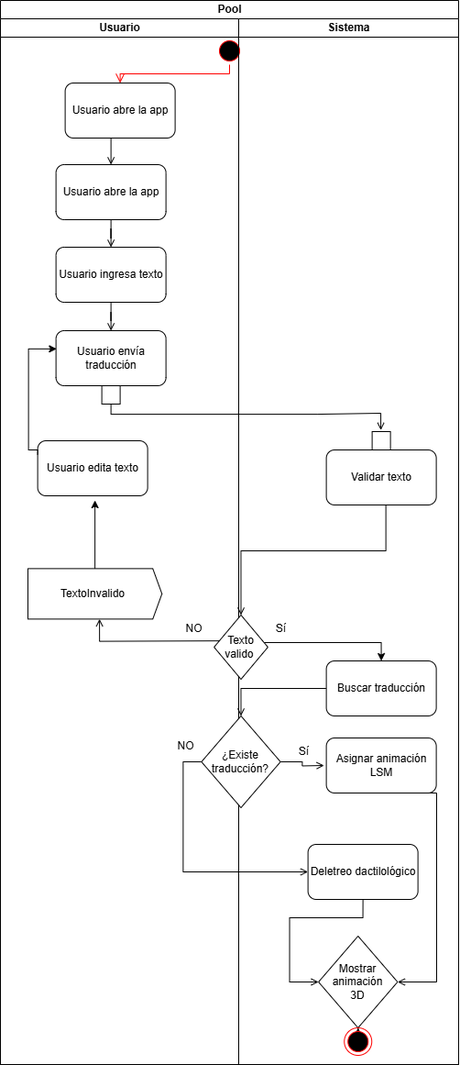
IvanSMMA/TT1_Document keeps this draw.io diagram as Images/Cap 3/Actividades.png. Above is the earlier version. Source tidied: cells renumbered, new cells last; positions are measured from the earlier drawing's top-left corner, leaving out a move shared by most shapes.
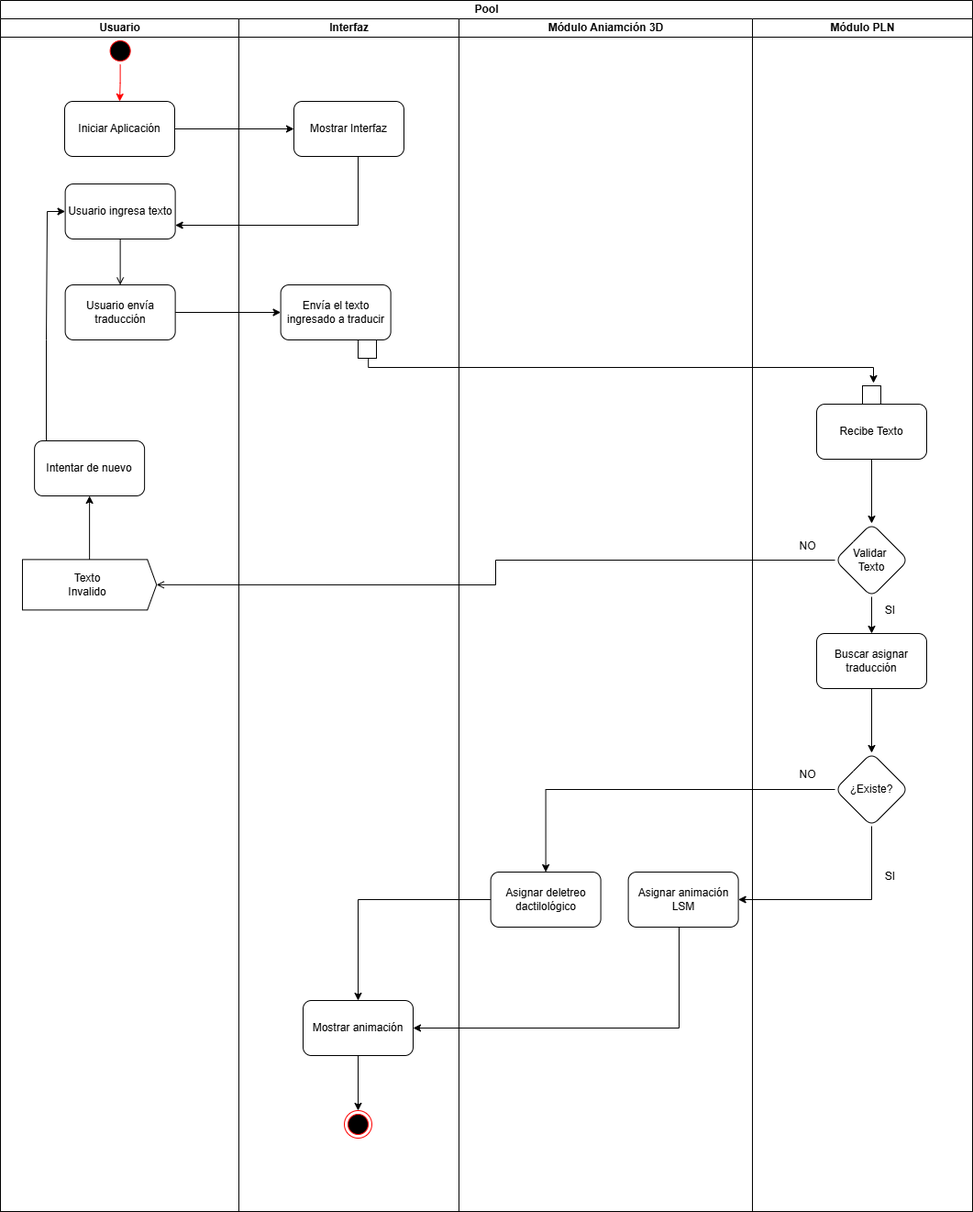
The same file after the commit.

Commit message:
nuevo actividades

The edit, as a diff of the source:
```diff
@@ -2,165 +2,171 @@
   <root>
     <mxCell id="0" />
     <mxCell id="1" parent="0" />
+    <mxCell id="42" style="edgeStyle=orthogonalEdgeStyle;rounded=0;jettySize=auto;html=1;entryX=0.5;entryY=1;entryDx=0;entryDy=0;" parent="1" edge="1" source="22" target="24">
+      <mxGeometry relative="1" as="geometry" />
+    </mxCell>
+    <mxCell id="22" style="shape=offPageConnector;whiteSpace=wrap;html=1;rotation=-90;size=0.06837606837606838;" parent="1" vertex="1">
+      <mxGeometry x="75.6" y="573.8" width="55" height="146.2" as="geometry" />
+    </mxCell>
+    <mxCell id="23" value="Texto Invalido" style="text;strokeColor=none;align=center;fillColor=none;html=1;verticalAlign=middle;whiteSpace=wrap;rounded=0;" parent="1" vertex="1">
+      <mxGeometry x="70.6" y="631.9" width="60" height="30" as="geometry" />
+    </mxCell>
+    <mxCell id="37" value="Pool" style="swimlane;startSize=20;html=1;" parent="1" vertex="1">
+      <mxGeometry x="6" y="10" width="1060" height="1320" as="geometry" />
+    </mxCell>
+    <mxCell id="38" value="Usuario" style="swimlane;startSize=20;html=1;" parent="37" vertex="1">
+      <mxGeometry y="20" width="260" height="1300" as="geometry" />
+    </mxCell>
+    <mxCell id="3" style="edgeStyle=orthogonalEdgeStyle;rounded=0;jettySize=auto;html=1;strokeColor=#FF0000;" parent="38" edge="1" source="2" target="5">
+      <mxGeometry relative="1" as="geometry" />
+    </mxCell>
-    <mxCell id="2" style="ellipse;html=1;shape=startState;fillColor=#000000;strokeColor=#ff0000;" parent="1" vertex="1">
-      <mxGeometry x="235" y="40" width="30" height="30" as="geometry" />
+    <mxCell id="2" style="ellipse;html=1;shape=startState;fillColor=#000000;strokeColor=#ff0000;" parent="38" vertex="1">
+      <mxGeometry x="115.6" y="20" width="30" height="30" as="geometry" />
     </mxCell>
-    <mxCell id="3" style="edgeStyle=orthogonalEdgeStyle;html=1;verticalAlign=bottom;endArrow=open;endSize=8;strokeColor=#ff0000;rounded=0;entryX=0.5;entryY=0;entryDx=0;entryDy=0;" parent="1" edge="1" source="2" target="5">
-      <mxGeometry relative="1" as="geometry">
-        <Array as="points">
-          <mxPoint x="249.6" y="80" />
-          <mxPoint x="130.6" y="80" />
-        </Array>
-      </mxGeometry>
-    </mxCell>
-    <mxCell id="4" style="edgeStyle=orthogonalEdgeStyle;rounded=0;jettySize=auto;html=1;exitX=0.5;exitY=1;exitDx=0;exitDy=0;entryX=0.5;entryY=0;entryDx=0;entryDy=0;endArrow=open;endFill=0;" parent="1" edge="1" source="5" target="7">
-      <mxGeometry relative="1" as="geometry" />
-    </mxCell>
-    <mxCell id="5" value="Usuario abre la app" style="rounded=1;whiteSpace=wrap;html=1;" parent="1" vertex="1">
-      <mxGeometry x="70.6" y="90" width="120" height="60" as="geometry" />
+    <mxCell id="5" value="Iniciar Aplicación" style="rounded=1;whiteSpace=wrap;html=1;" parent="38" vertex="1">
+      <mxGeometry x="70" y="90" width="120" height="60" as="geometry" />
     </mxCell>
-    <mxCell id="6" style="edgeStyle=orthogonalEdgeStyle;rounded=0;jettySize=auto;html=1;entryX=0.5;entryY=0;entryDx=0;entryDy=0;endArrow=open;endFill=0;" parent="1" edge="1" source="7" target="9">
-      <mxGeometry relative="1" as="geometry" />
-    </mxCell>
-    <mxCell id="7" value="Usuario abre la app" style="rounded=1;whiteSpace=wrap;html=1;" parent="1" vertex="1">
-      <mxGeometry x="60.6" y="179" width="120" height="60" as="geometry" />
-    </mxCell>
-    <mxCell id="8" style="edgeStyle=orthogonalEdgeStyle;rounded=0;jettySize=auto;html=1;entryX=0.5;entryY=0;entryDx=0;entryDy=0;endArrow=open;endFill=0;" parent="1" edge="1" source="9" target="10">
-      <mxGeometry relative="1" as="geometry" />
-    </mxCell>
-    <mxCell id="9" value="Usuario ingresa texto" style="rounded=1;whiteSpace=wrap;html=1;" parent="1" vertex="1">
-      <mxGeometry x="60.6" y="269" width="120" height="60" as="geometry" />
+    <mxCell id="9" value="Usuario ingresa texto" style="rounded=1;whiteSpace=wrap;html=1;" parent="38" vertex="1">
+      <mxGeometry x="70.6" y="180" width="120" height="60" as="geometry" />
     </mxCell>
-    <mxCell id="10" value="Usuario envía traducción" style="rounded=1;whiteSpace=wrap;html=1;" parent="1" vertex="1">
-      <mxGeometry x="60.6" y="360" width="120" height="60" as="geometry" />
+    <mxCell id="10" value="Usuario envía traducción" style="rounded=1;whiteSpace=wrap;html=1;" parent="38" vertex="1">
+      <mxGeometry x="70.6" y="290" width="120" height="60" as="geometry" />
     </mxCell>
+    <mxCell id="8" style="edgeStyle=orthogonalEdgeStyle;rounded=0;jettySize=auto;html=1;entryX=0.5;entryY=0;entryDx=0;entryDy=0;endArrow=open;endFill=0;" parent="38" edge="1" source="9" target="10">
+      <mxGeometry relative="1" as="geometry" />
+    </mxCell>
+    <mxCell id="43" style="edgeStyle=orthogonalEdgeStyle;rounded=0;jettySize=auto;html=1;entryX=0;entryY=0.5;entryDx=0;entryDy=0;" parent="38" edge="1" source="24" target="9">
+      <mxGeometry relative="1" as="geometry">
+        <Array as="points">
+          <mxPoint x="50" y="350" />
+          <mxPoint x="51" y="210" />
+        </Array>
+      </mxGeometry>
+    </mxCell>
+    <mxCell id="24" value="Intentar de nuevo" style="rounded=1;whiteSpace=wrap;html=1;" parent="38" vertex="1">
+      <mxGeometry x="37.1" y="460" width="120" height="60" as="geometry" />
+    </mxCell>
+    <mxCell id="39" value="Interfaz" style="swimlane;startSize=20;html=1;swimlaneLine=1;" parent="37" vertex="1">
+      <mxGeometry x="260" y="20" width="240" height="1300" as="geometry" />
+    </mxCell>
+    <mxCell id="44" value="Mostrar Interfaz" style="rounded=1;whiteSpace=wrap;html=1;" parent="39" vertex="1">
+      <mxGeometry x="60" y="90" width="120" height="60" as="geometry" />
+    </mxCell>
+    <mxCell id="45" value="Envía el texto ingresado a traducir" style="rounded=1;whiteSpace=wrap;html=1;" parent="39" vertex="1">
+      <mxGeometry x="45.6" y="290" width="120" height="60" as="geometry" />
+    </mxCell>
-    <mxCell id="11" style="verticalLabelPosition=bottom;verticalAlign=top;html=1;shape=mxgraph.basic.rect;fillColor2=none;strokeWidth=1;size=20;indent=5;" parent="1" vertex="1">
-      <mxGeometry x="110.6" y="420" width="20" height="20" as="geometry" />
+    <mxCell id="11" style="verticalLabelPosition=bottom;verticalAlign=top;html=1;shape=mxgraph.basic.rect;fillColor2=none;strokeWidth=1;size=20;indent=100;" parent="39" vertex="1">
+      <mxGeometry x="130" y="350" width="20" height="20" as="geometry" />
     </mxCell>
+    <mxCell id="34" style="ellipse;html=1;shape=endState;fillColor=#000000;strokeColor=#ff0000;" parent="39" vertex="1">
+      <mxGeometry x="115" y="1190" width="30" height="30" as="geometry" />
+    </mxCell>
+    <mxCell id="46" style="edgeStyle=orthogonalEdgeStyle;rounded=0;jettySize=auto;html=1;entryX=0.5;entryY=0;entryDx=0;entryDy=0;" parent="39" edge="1" source="47" target="34">
+      <mxGeometry relative="1" as="geometry" />
+    </mxCell>
+    <mxCell id="47" value="Mostrar animación" style="rounded=1;whiteSpace=wrap;html=1;" parent="39" vertex="1">
+      <mxGeometry x="70" y="1070" width="120" height="60" as="geometry" />
+    </mxCell>
+    <mxCell id="48" value="Módulo Aniamción 3D" style="swimlane;startSize=20;html=1;swimlaneLine=1;" parent="37" vertex="1">
+      <mxGeometry x="500" y="20" width="320" height="1300" as="geometry" />
+    </mxCell>
+    <mxCell id="28" value="Asignar animación LSM" style="rounded=1;whiteSpace=wrap;html=1;" parent="48" vertex="1">
+      <mxGeometry x="184.6" y="930" width="120" height="60" as="geometry" />
+    </mxCell>
+    <mxCell id="49" value="Asignar deletreo dactilológico" style="rounded=1;whiteSpace=wrap;html=1;" parent="48" vertex="1">
+      <mxGeometry x="34.6" y="930" width="120" height="60" as="geometry" />
+    </mxCell>
+    <mxCell id="50" value="Módulo PLN" style="swimlane;startSize=20;html=1;swimlaneLine=1;" parent="37" vertex="1">
+      <mxGeometry x="820" y="20" width="240" height="1300" as="geometry" />
+    </mxCell>
+    <mxCell id="51" style="edgeStyle=orthogonalEdgeStyle;rounded=0;jettySize=auto;html=1;" parent="50" edge="1" source="14" target="53">
+      <mxGeometry relative="1" as="geometry" />
+    </mxCell>
+    <mxCell id="14" value="Recibe Texto" style="rounded=1;whiteSpace=wrap;html=1;" parent="50" vertex="1">
+      <mxGeometry x="70" y="420" width="120" height="60" as="geometry" />
+    </mxCell>
-    <mxCell id="12" style="verticalLabelPosition=bottom;verticalAlign=top;html=1;shape=mxgraph.basic.rect;fillColor2=none;strokeWidth=1;size=1.21;indent=5;" parent="1" vertex="1">
-      <mxGeometry x="405.6" y="470" width="20" height="20" as="geometry" />
+    <mxCell id="12" style="verticalLabelPosition=bottom;verticalAlign=top;html=1;shape=mxgraph.basic.rect;fillColor2=none;strokeWidth=1;size=1.21;indent=5;" parent="50" vertex="1">
+      <mxGeometry x="120" y="400" width="20" height="20" as="geometry" />
     </mxCell>
-    <mxCell id="13" style="edgeStyle=orthogonalEdgeStyle;rounded=0;jettySize=auto;html=1;entryX=0.475;entryY=-0.079;entryDx=0;entryDy=0;entryPerimeter=0;endArrow=open;endFill=0;" parent="1" edge="1" source="11" target="12">
-      <mxGeometry relative="1" as="geometry">
-        <Array as="points">
-          <mxPoint x="120.6" y="451" />
-          <mxPoint x="345.6" y="451" />
-          <mxPoint x="414.6" y="450" />
-        </Array>
-      </mxGeometry>
-    </mxCell>
-    <mxCell id="14" value="Validar texto" style="rounded=1;whiteSpace=wrap;html=1;" parent="1" vertex="1">
-      <mxGeometry x="355.6" y="490" width="120" height="60" as="geometry" />
-    </mxCell>
-    <mxCell id="15" style="edgeStyle=orthogonalEdgeStyle;rounded=0;jettySize=auto;html=1;exitX=0;exitY=1;exitDx=0;exitDy=0;entryX=0.002;entryY=0.534;entryDx=0;entryDy=0;endArrow=open;endFill=0;entryPerimeter=0;" parent="1" edge="1" target="22">
-      <mxGeometry relative="1" as="geometry">
-        <mxPoint x="242.8" y="698.1" as="sourcePoint" />
-      </mxGeometry>
-    </mxCell>
-    <mxCell id="16" style="edgeStyle=orthogonalEdgeStyle;rounded=0;jettySize=auto;html=1;entryX=0.5;entryY=0;entryDx=0;entryDy=0;" parent="1" edge="1" source="40" target="19">
-      <mxGeometry relative="1" as="geometry">
-        <Array as="points">
-          <mxPoint x="415.6" y="700" />
-        </Array>
-      </mxGeometry>
-    </mxCell>
-    <mxCell id="17" style="edgeStyle=orthogonalEdgeStyle;rounded=0;jettySize=auto;html=1;entryX=0.5;entryY=0;entryDx=0;entryDy=0;endArrow=open;endFill=0;" parent="1" edge="1" source="14" target="40">
-      <mxGeometry relative="1" as="geometry">
-        <Array as="points">
-          <mxPoint x="420.6" y="600" />
-          <mxPoint x="262.6" y="600" />
-        </Array>
-      </mxGeometry>
-    </mxCell>
-    <mxCell id="18" style="edgeStyle=orthogonalEdgeStyle;rounded=0;jettySize=auto;html=1;entryX=0.5;entryY=0;entryDx=0;entryDy=0;endArrow=open;endFill=0;" parent="1" edge="1" source="19" target="41">
-      <mxGeometry relative="1" as="geometry" />
-    </mxCell>
+    <mxCell id="52" style="edgeStyle=orthogonalEdgeStyle;rounded=0;jettySize=auto;html=1;entryX=0.5;entryY=0;entryDx=0;entryDy=0;" parent="50" edge="1" source="53" target="19">
+      <mxGeometry relative="1" as="geometry" />
+    </mxCell>
+    <mxCell id="53" value="Validar&amp;nbsp;&lt;div&gt;Texto&lt;/div&gt;" style="rhombus;whiteSpace=wrap;html=1;rounded=1;" parent="50" vertex="1">
+      <mxGeometry x="90" y="550" width="80" height="80" as="geometry" />
+    </mxCell>
+    <mxCell id="54" style="edgeStyle=orthogonalEdgeStyle;rounded=0;jettySize=auto;html=1;" parent="50" edge="1" source="19" target="55">
+      <mxGeometry relative="1" as="geometry" />
+    </mxCell>
-    <mxCell id="19" value="Buscar traducción" style="rounded=1;whiteSpace=wrap;html=1;" parent="1" vertex="1">
-      <mxGeometry x="355.6" y="720" width="120" height="60" as="geometry" />
+    <mxCell id="19" value="Buscar asignar traducción" style="rounded=1;whiteSpace=wrap;html=1;" parent="50" vertex="1">
+      <mxGeometry x="70" y="670" width="120" height="60" as="geometry" />
     </mxCell>
-    <mxCell id="20" value="NO" style="text;html=1;align=center;verticalAlign=middle;strokeColor=none;fillColor=none;" parent="1" vertex="1">
-      <mxGeometry x="190.6" y="670" width="40" height="30" as="geometry" />
+    <mxCell id="20" value="NO" style="text;html=1;align=center;verticalAlign=middle;strokeColor=none;fillColor=none;" parent="50" vertex="1">
+      <mxGeometry x="40" y="560" width="40" height="30" as="geometry" />
     </mxCell>
-    <mxCell id="21" value="Sí" style="text;html=1;align=center;verticalAlign=middle;strokeColor=none;fillColor=none;" parent="1" vertex="1">
-      <mxGeometry x="290.6" y="670" width="30" height="30" as="geometry" />
-    </mxCell>
-    <mxCell id="22" style="shape=offPageConnector;whiteSpace=wrap;html=1;rotation=-90;size=0.06837606837606838;" parent="1" vertex="1">
-      <mxGeometry x="75.6" y="573.8" width="55" height="146.2" as="geometry" />
-    </mxCell>
-    <mxCell id="23" value="TextoInvalido" style="text;strokeColor=none;align=center;fillColor=none;html=1;verticalAlign=middle;whiteSpace=wrap;rounded=0;" parent="1" vertex="1">
-      <mxGeometry x="70.6" y="631.9" width="60" height="30" as="geometry" />
-    </mxCell>
-    <mxCell id="24" value="Usuario edita texto" style="rounded=1;whiteSpace=wrap;html=1;" parent="1" vertex="1">
-      <mxGeometry x="40.6" y="480" width="120" height="60" as="geometry" />
-    </mxCell>
-    <mxCell id="25" style="edgeStyle=orthogonalEdgeStyle;rounded=0;jettySize=auto;html=1;entryX=0.006;entryY=0.331;entryDx=0;entryDy=0;entryPerimeter=0;exitX=0;exitY=0.25;exitDx=0;exitDy=0;" parent="1" edge="1" source="24" target="10">
-      <mxGeometry relative="1" as="geometry">
-        <Array as="points">
-          <mxPoint x="40.6" y="490" />
-          <mxPoint x="30.6" y="490" />
-          <mxPoint x="30.6" y="380" />
-        </Array>
-      </mxGeometry>
-    </mxCell>
-    <mxCell id="26" style="edgeStyle=orthogonalEdgeStyle;rounded=0;jettySize=auto;html=1;exitX=0;exitY=0.5;exitDx=0;exitDy=0;entryX=0;entryY=0.5;entryDx=0;entryDy=0;endArrow=open;endFill=0;" parent="1" edge="1" source="41" target="30">
-      <mxGeometry relative="1" as="geometry" />
-    </mxCell>
-    <mxCell id="27" style="edgeStyle=orthogonalEdgeStyle;rounded=0;jettySize=auto;html=1;exitX=0.5;exitY=1;exitDx=0;exitDy=0;entryX=1;entryY=0.5;entryDx=0;entryDy=0;endArrow=open;endFill=0;" parent="1" edge="1" source="28" target="33">
-      <mxGeometry relative="1" as="geometry">
-        <Array as="points">
-          <mxPoint x="476" y="864" />
-          <mxPoint x="476" y="1070" />
-        </Array>
-      </mxGeometry>
-    </mxCell>
-    <mxCell id="28" value="Asignar animación LSM" style="rounded=1;whiteSpace=wrap;html=1;" parent="1" vertex="1">
-      <mxGeometry x="355.6" y="804" width="120" height="60" as="geometry" />
-    </mxCell>
-    <mxCell id="29" style="edgeStyle=orthogonalEdgeStyle;rounded=0;jettySize=auto;html=1;exitX=0.5;exitY=1;exitDx=0;exitDy=0;entryX=0;entryY=0.5;entryDx=0;entryDy=0;endArrow=open;endFill=0;" parent="1" edge="1" source="30" target="33">
-      <mxGeometry relative="1" as="geometry" />
-    </mxCell>
-    <mxCell id="30" value="Deletreo dactilológico" style="rounded=1;whiteSpace=wrap;html=1;" parent="1" vertex="1">
-      <mxGeometry x="335.6" y="920" width="120" height="60" as="geometry" />
-    </mxCell>
-    <mxCell id="31" style="edgeStyle=orthogonalEdgeStyle;rounded=0;jettySize=auto;html=1;endArrow=open;endFill=0;" parent="1" edge="1" source="41">
-      <mxGeometry relative="1" as="geometry">
-        <mxPoint x="353.1" y="834" as="targetPoint" />
-      </mxGeometry>
-    </mxCell>
-    <mxCell id="32" style="edgeStyle=orthogonalEdgeStyle;rounded=0;jettySize=auto;html=1;entryX=0.5;entryY=0;entryDx=0;entryDy=0;endArrow=open;endFill=0;" parent="1" edge="1" source="33">
-      <mxGeometry relative="1" as="geometry">
-        <mxPoint x="390.2" y="1120" as="targetPoint" />
-      </mxGeometry>
-    </mxCell>
-    <mxCell id="33" value="Mostrar animación&lt;br&gt;&lt;span style=&quot;background-color: transparent; color: light-dark(rgb(0, 0, 0), rgb(255, 255, 255));&quot;&gt;3D&lt;/span&gt;" style="rhombus;whiteSpace=wrap;html=1;" parent="1" vertex="1">
-      <mxGeometry x="347.1" y="1020" width="86.2" height="100" as="geometry" />
-    </mxCell>
-    <mxCell id="34" style="ellipse;html=1;shape=endState;fillColor=#000000;strokeColor=#ff0000;" parent="1" vertex="1">
-      <mxGeometry x="375.2" y="1120" width="30" height="30" as="geometry" />
-    </mxCell>
-    <mxCell id="35" value="Sí" style="text;html=1;align=center;verticalAlign=middle;strokeColor=none;fillColor=none;" parent="1" vertex="1">
-      <mxGeometry x="315.6" y="804" width="30" height="30" as="geometry" />
-    </mxCell>
+    <mxCell id="55" value="¿Existe?" style="rhombus;whiteSpace=wrap;html=1;rounded=1;" parent="50" vertex="1">
+      <mxGeometry x="90" y="800" width="80" height="80" as="geometry" />
+    </mxCell>
+    <mxCell id="56" value="SI" style="text;html=1;align=center;verticalAlign=middle;strokeColor=none;fillColor=none;" parent="50" vertex="1">
+      <mxGeometry x="135" y="630" width="30" height="30" as="geometry" />
+    </mxCell>
+    <mxCell id="57" value="SI" style="text;html=1;align=center;verticalAlign=middle;strokeColor=none;fillColor=none;" parent="50" vertex="1">
+      <mxGeometry x="135" y="920" width="30" height="30" as="geometry" />
+    </mxCell>
-    <mxCell id="36" value="NO" style="text;html=1;align=center;verticalAlign=middle;strokeColor=none;fillColor=none;" parent="1" vertex="1">
-      <mxGeometry x="182.5" y="798" width="40" height="30" as="geometry" />
+    <mxCell id="36" value="NO" style="text;html=1;align=center;verticalAlign=middle;strokeColor=none;fillColor=none;" parent="50" vertex="1">
+      <mxGeometry x="40" y="809" width="40" height="30" as="geometry" />
     </mxCell>
-    <mxCell id="37" value="Pool" style="swimlane;startSize=20;html=1;" parent="1" vertex="1">
-      <mxGeometry width="500" height="1160" as="geometry" />
-    </mxCell>
-    <mxCell id="38" value="Usuario" style="swimlane;startSize=20;html=1;" parent="37" vertex="1">
-      <mxGeometry y="20" width="260" height="1140" as="geometry" />
-    </mxCell>
-    <mxCell id="39" value="Sistema" style="swimlane;startSize=20;html=1;swimlaneLine=1;" parent="37" vertex="1">
-      <mxGeometry x="260" y="20" width="240" height="1140" as="geometry" />
-    </mxCell>
-    <mxCell id="40" value="Texto valido&amp;nbsp;" style="rhombus;whiteSpace=wrap;html=1;" parent="39" vertex="1">
-      <mxGeometry x="-26.9" y="650" width="58.8" height="70" as="geometry" />
-    </mxCell>
-    <mxCell id="41" value="¿Existe traducción?" style="rhombus;whiteSpace=wrap;html=1;" parent="39" vertex="1">
-      <mxGeometry x="-40.6" y="760" width="86.2" height="100" as="geometry" />
-    </mxCell>
-    <mxCell id="42" style="edgeStyle=orthogonalEdgeStyle;rounded=0;jettySize=auto;html=1;entryX=0.521;entryY=1.083;entryDx=0;entryDy=0;entryPerimeter=0;" parent="1" edge="1" source="22" target="24">
-      <mxGeometry relative="1" as="geometry" />
-    </mxCell>
+    <mxCell id="58" style="edgeStyle=orthogonalEdgeStyle;rounded=0;jettySize=auto;html=1;" parent="37" edge="1" source="5" target="44">
+      <mxGeometry relative="1" as="geometry" />
+    </mxCell>
+    <mxCell id="59" style="edgeStyle=orthogonalEdgeStyle;rounded=0;jettySize=auto;html=1;entryX=1;entryY=0.75;entryDx=0;entryDy=0;" parent="37" edge="1" source="44" target="9">
+      <mxGeometry relative="1" as="geometry">
+        <Array as="points">
+          <mxPoint x="390" y="245" />
+        </Array>
+      </mxGeometry>
+    </mxCell>
+    <mxCell id="60" style="edgeStyle=orthogonalEdgeStyle;rounded=0;jettySize=auto;html=1;entryX=0;entryY=0.5;entryDx=0;entryDy=0;" parent="37" edge="1" source="10" target="45">
+      <mxGeometry relative="1" as="geometry" />
+    </mxCell>
+    <mxCell id="13" style="edgeStyle=orthogonalEdgeStyle;rounded=0;jettySize=auto;html=1;entryX=0.6;entryY=-0.15;entryDx=0;entryDy=0;entryPerimeter=0;exitX=0.558;exitY=1.035;exitDx=0;exitDy=0;exitPerimeter=0;" parent="37" edge="1" source="11" target="12">
+      <mxGeometry relative="1" as="geometry">
+        <Array as="points">
+          <mxPoint x="401" y="400" />
+          <mxPoint x="952" y="400" />
+        </Array>
+      </mxGeometry>
+    </mxCell>
+    <mxCell id="61" style="edgeStyle=orthogonalEdgeStyle;rounded=0;jettySize=auto;html=1;entryX=1;entryY=0.5;entryDx=0;entryDy=0;" parent="37" edge="1" source="55" target="28">
+      <mxGeometry relative="1" as="geometry">
+        <Array as="points">
+          <mxPoint x="950" y="980" />
+        </Array>
+      </mxGeometry>
+    </mxCell>
+    <mxCell id="62" style="edgeStyle=orthogonalEdgeStyle;rounded=0;jettySize=auto;html=1;entryX=0.5;entryY=0;entryDx=0;entryDy=0;" parent="37" edge="1" source="55" target="49">
+      <mxGeometry relative="1" as="geometry" />
+    </mxCell>
+    <mxCell id="63" style="edgeStyle=orthogonalEdgeStyle;rounded=0;jettySize=auto;html=1;" parent="37" edge="1" source="49" target="47">
+      <mxGeometry relative="1" as="geometry">
+        <Array as="points">
+          <mxPoint x="390" y="980" />
+        </Array>
+      </mxGeometry>
+    </mxCell>
+    <mxCell id="64" style="edgeStyle=orthogonalEdgeStyle;rounded=0;jettySize=auto;html=1;entryX=1;entryY=0.5;entryDx=0;entryDy=0;" parent="37" edge="1" source="28" target="47">
+      <mxGeometry relative="1" as="geometry">
+        <Array as="points">
+          <mxPoint x="740" y="1120" />
+        </Array>
+      </mxGeometry>
+    </mxCell>
+    <mxCell id="15" style="edgeStyle=orthogonalEdgeStyle;rounded=0;jettySize=auto;html=1;exitX=0;exitY=0.5;exitDx=0;exitDy=0;entryX=0.5;entryY=1;entryDx=0;entryDy=0;endArrow=open;endFill=0;" parent="1" edge="1" source="53" target="22">
+      <mxGeometry relative="1" as="geometry">
+        <Array as="points">
+          <mxPoint x="546" y="620" />
+          <mxPoint x="546" y="647" />
+        </Array>
+      </mxGeometry>
+    </mxCell>
   </root>
 </mxGraphModel>
```
